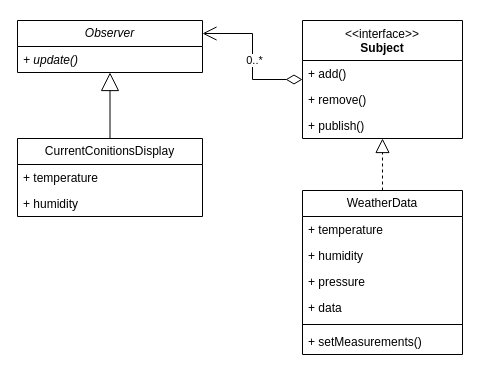
Before: observer-weather.drawio in joelau71/uml, a draw.io diagram. Source tidied: cells renumbered, new cells numbered last; positions are measured from the earlier drawing's top-left corner, leaving out a move shared by most shapes. Both pictures are drawn from the tidied source at 100%, with x=0, y=0 at pixel (17, 20).
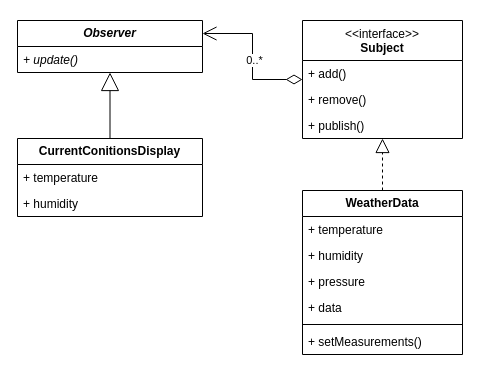
Above is the later version.

Diff of the diagram source:
```diff
@@
-    <mxCell id="2" value="&lt;i&gt;Observer&lt;/i&gt;" style="swimlane;fontStyle=0;horizontal=1;startSize=26;fillColor=none;whiteSpace=wrap;html=1;" parent="1" vertex="1">
+    <mxCell id="2" value="&lt;i&gt;&lt;b&gt;Observer&lt;/b&gt;&lt;/i&gt;" style="swimlane;fontStyle=0;horizontal=1;startSize=26;fillColor=none;whiteSpace=wrap;html=1;" parent="1" vertex="1">
       <mxGeometry width="185" height="52" as="geometry" />
     </mxCell>
@@
-    <mxCell id="8" value="CurrentConitionsDisplay" style="swimlane;fontStyle=0;horizontal=1;startSize=26;fillColor=none;whiteSpace=wrap;html=1;" parent="1" vertex="1">
+    <mxCell id="8" value="&lt;b&gt;CurrentConitionsDisplay&lt;/b&gt;" style="swimlane;fontStyle=0;horizontal=1;startSize=26;fillColor=none;whiteSpace=wrap;html=1;" parent="1" vertex="1">
       <mxGeometry y="118" width="185" height="78" as="geometry" />
     </mxCell>
@@
-    <mxCell id="12" value="WeatherData" style="swimlane;fontStyle=0;horizontal=1;startSize=26;fillColor=none;whiteSpace=wrap;html=1;" parent="1" vertex="1">
+    <mxCell id="12" value="&lt;b&gt;WeatherData&lt;/b&gt;" style="swimlane;fontStyle=0;horizontal=1;startSize=26;fillColor=none;whiteSpace=wrap;html=1;" parent="1" vertex="1">
       <mxGeometry x="285" y="170" width="160" height="164" as="geometry" />
     </mxCell>
```
